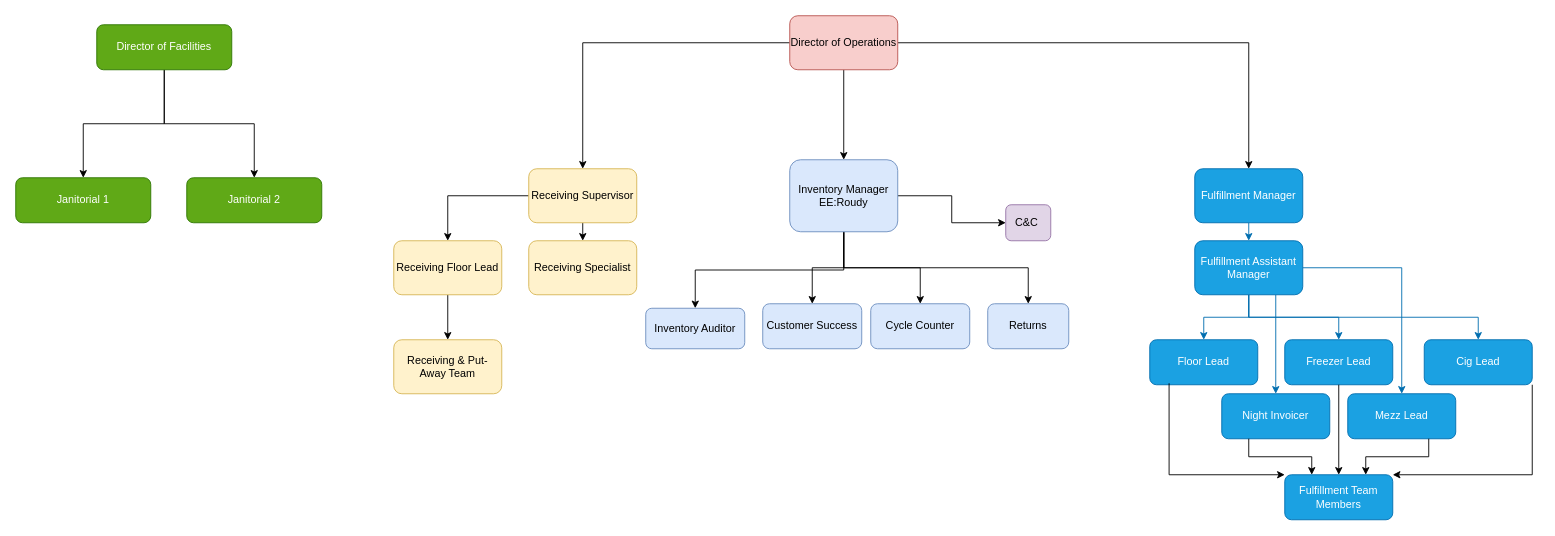
Above: page "MT WH" (2 of 3) of InventoryDept.drawio in GpBrenden/MyCharts (draw.io), before the change. Source tidied: cells renumbered, new cells numbered last; positions are measured from the earlier drawing's top-left corner, leaving out a move shared by most shapes. Both pictures are drawn from the tidied source at 90%, with x=0, y=0 at pixel (15, 15).
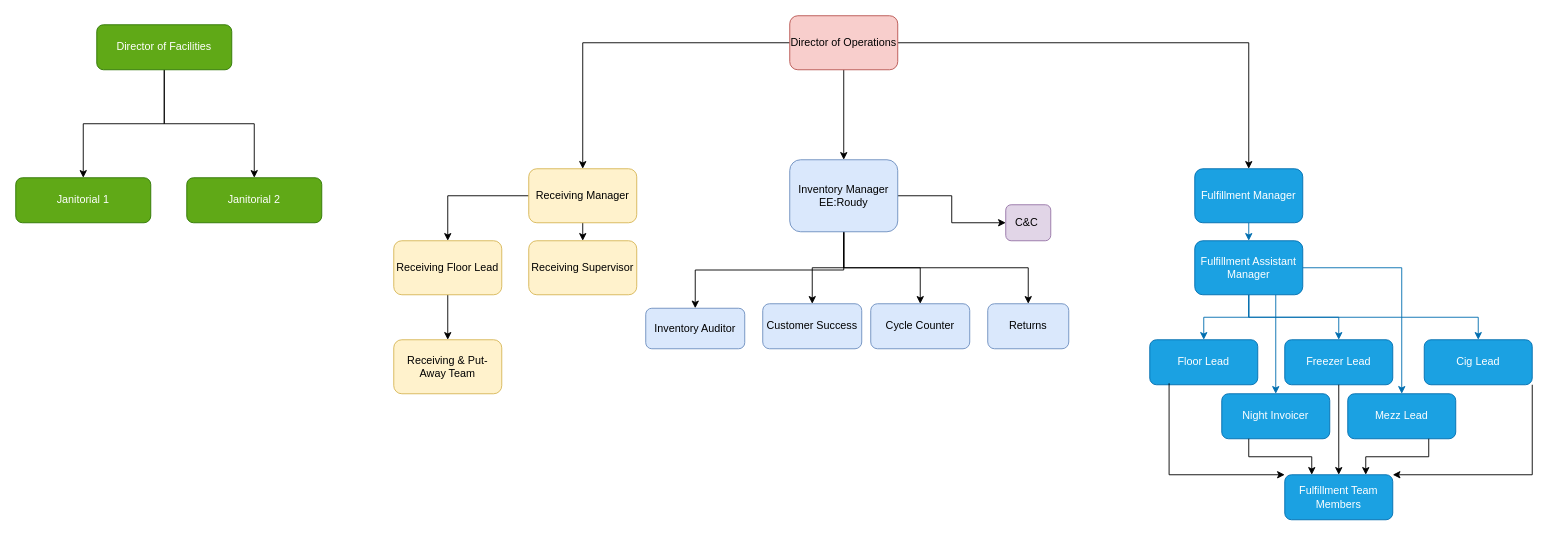
After the change.

The edit, as a diff of the source:
```diff
@@
-    <mxCell id="8" value="Receiving Supervisor" style="rounded=1;whiteSpace=wrap;html=1;fillColor=#fff2cc;strokeColor=#d6b656;" parent="1" vertex="1">
+    <mxCell id="8" value="Receiving Manager" style="rounded=1;whiteSpace=wrap;html=1;fillColor=#fff2cc;strokeColor=#d6b656;" parent="1" vertex="1">
       <mxGeometry x="570" y="170" width="120" height="60" as="geometry" />
     </mxCell>
@@
-    <mxCell id="20" value="Receiving Specialist" style="rounded=1;whiteSpace=wrap;html=1;fillColor=#fff2cc;strokeColor=#d6b656;" parent="1" vertex="1">
+    <mxCell id="20" value="Receiving Supervisor" style="rounded=1;whiteSpace=wrap;html=1;fillColor=#fff2cc;strokeColor=#d6b656;" parent="1" vertex="1">
       <mxGeometry x="570" y="250" width="120" height="60" as="geometry" />
     </mxCell>
```
